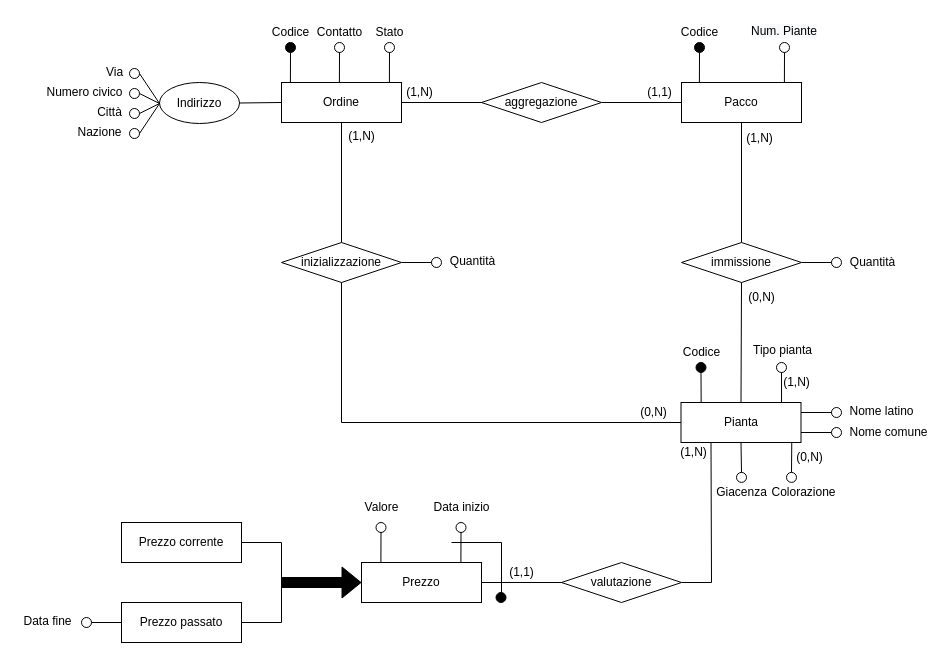
nic-agos/Verde-S.R.L keeps this draw.io diagram as ER-diagrams/ER-Ordine.drawio. Above is the earlier version. Source tidied: cells renumbered, new cells numbered last; positions are measured from the earlier drawing's top-left corner, leaving out a move shared by most shapes. Both pictures are drawn from the tidied source at 100%, with x=0, y=0 at pixel (17, 17).
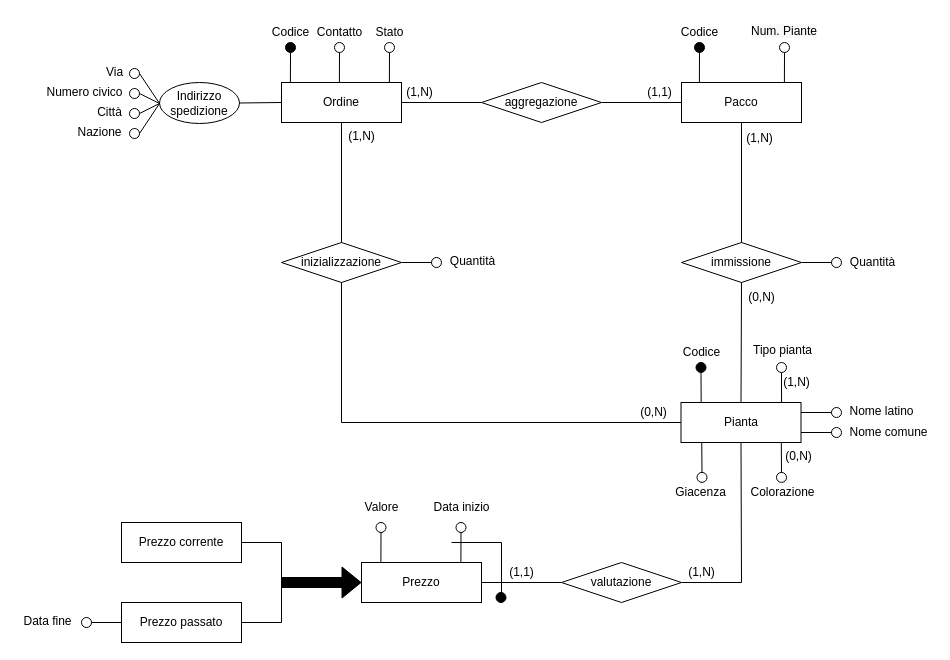
After the change.

The change refers to these unchanged cells:
```xml
<mxCell id="52" value="Pianta" style="rounded=0;whiteSpace=wrap;html=1;strokeWidth=1;perimeterSpacing=0;" parent="1" vertex="1">
  <mxGeometry x="663.5" y="385" width="120" height="40" as="geometry" />
</mxCell>
<mxCell id="64" value="valutazione" style="rhombus;whiteSpace=wrap;html=1;" parent="1" vertex="1">
  <mxGeometry x="544" y="545" width="120" height="40" as="geometry" />
</mxCell>
```

Change to the diagram source:
```diff
@@
-    <mxCell id="24" value="Indirizzo" style="ellipse;whiteSpace=wrap;html=1;" parent="1" vertex="1">
+    <mxCell id="24" value="Indirizzo spedizione" style="ellipse;whiteSpace=wrap;html=1;" parent="1" vertex="1">
       <mxGeometry x="142" y="65" width="80" height="41" as="geometry" />
     </mxCell>
@@
     <mxCell id="74" value="(1,N)" style="text;html=1;align=center;verticalAlign=middle;strokeColor=none;fillColor=none;" parent="1" vertex="1">
-      <mxGeometry x="656" y="425" width="40" height="20" as="geometry" />
+      <mxGeometry x="663.5" y="545" width="40" height="20" as="geometry" />
     </mxCell>
@@
-    <mxCell id="76" style="endArrow=none;html=1;rounded=0;exitX=1;exitY=0.5;exitDx=0;exitDy=0;entryX=0.25;entryY=1;entryDx=0;entryDy=0;" parent="1" edge="1" source="64" target="52">
+    <mxCell id="76" style="endArrow=none;html=1;rounded=0;exitX=1;exitY=0.5;exitDx=0;exitDy=0;entryX=0.5;entryY=1;entryDx=0;entryDy=0;" parent="1" edge="1" source="64" target="52">
       <mxGeometry relative="1" as="geometry">
         <Array as="points">
-          <mxPoint x="694" y="565" />
+          <mxPoint x="724" y="565" />
         </Array>
       </mxGeometry>
     </mxCell>
@@
     <mxCell id="82" value="Colorazione" style="text;html=1;align=center;verticalAlign=middle;strokeColor=none;fillColor=none;" parent="1" vertex="1">
-      <mxGeometry x="746" y="464.9" width="80" height="20" as="geometry" />
+      <mxGeometry x="725" y="464.9" width="80" height="20" as="geometry" />
     </mxCell>
     <mxCell id="83" value="(0,N)" style="text;html=1;align=center;verticalAlign=middle;strokeColor=none;fillColor=none;" parent="1" vertex="1">
-      <mxGeometry x="772" y="430" width="40" height="20" as="geometry" />
+      <mxGeometry x="761" y="428.9" width="40" height="20" as="geometry" />
     </mxCell>
     <mxCell id="84" value="Giacenza" style="text;html=1;align=center;verticalAlign=middle;strokeColor=none;fillColor=none;" parent="1" vertex="1">
-      <mxGeometry x="689" y="464.9" width="70" height="20" as="geometry" />
+      <mxGeometry x="647.5" y="464.9" width="70" height="20" as="geometry" />
     </mxCell>
     <mxCell id="85" style="ellipse;whiteSpace=wrap;html=1;strokeWidth=1;fillColor=none;" parent="1" vertex="1">
-      <mxGeometry x="719" y="454.9" width="10" height="10" as="geometry" />
+      <mxGeometry x="679.5" y="454.9" width="10" height="10" as="geometry" />
     </mxCell>
-    <mxCell id="86" style="endArrow=none;html=1;rounded=0;exitX=0.5;exitY=0;exitDx=0;exitDy=0;entryX=0.5;entryY=1;entryDx=0;entryDy=0;" parent="1" edge="1" source="85" target="52">
+    <mxCell id="86" style="endArrow=none;html=1;rounded=0;exitX=0.5;exitY=0;exitDx=0;exitDy=0;entryX=0.173;entryY=1.01;entryDx=0;entryDy=0;entryPerimeter=0;" parent="1" edge="1" source="85" target="52">
       <mxGeometry relative="1" as="geometry" />
     </mxCell>
@@
     <mxCell id="94" style="ellipse;whiteSpace=wrap;html=1;strokeWidth=1;fillColor=none;" parent="1" vertex="1">
-      <mxGeometry x="769" y="454.9" width="10" height="10" as="geometry" />
+      <mxGeometry x="759" y="454.9" width="10" height="10" as="geometry" />
     </mxCell>
-    <mxCell id="95" style="endArrow=none;html=1;rounded=0;exitX=0.5;exitY=0;exitDx=0;exitDy=0;entryX=0.923;entryY=1.013;entryDx=0;entryDy=0;entryPerimeter=0;" parent="1" edge="1" source="94" target="52">
+    <mxCell id="95" style="endArrow=none;html=1;rounded=0;exitX=0.5;exitY=0;exitDx=0;exitDy=0;entryX=0.836;entryY=1.005;entryDx=0;entryDy=0;entryPerimeter=0;" parent="1" edge="1" source="94" target="52">
       <mxGeometry relative="1" as="geometry" />
     </mxCell>
```
